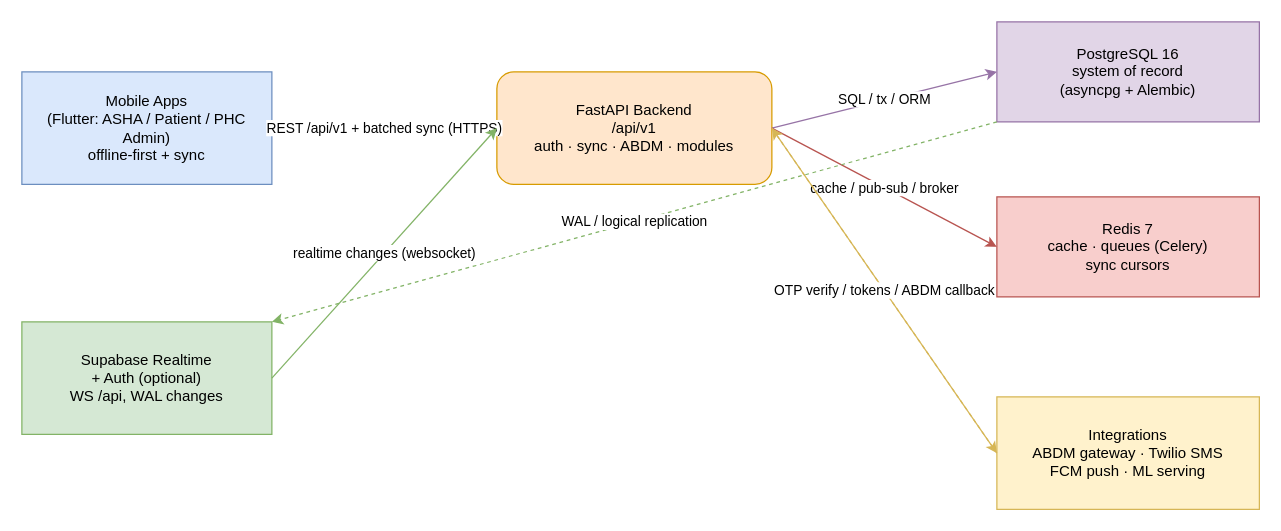
The draw.io diagram docs/architecture/data-flow.drawio in ShreyashBagade358/Asha-sathi, before the edit. Source tidied: cells renumbered, new cells numbered last; positions are measured from the earlier drawing's top-left corner, leaving out a move shared by most shapes. Both pictures are drawn from the tidied source at 125%, with x=0, y=0 at pixel (21, 21).
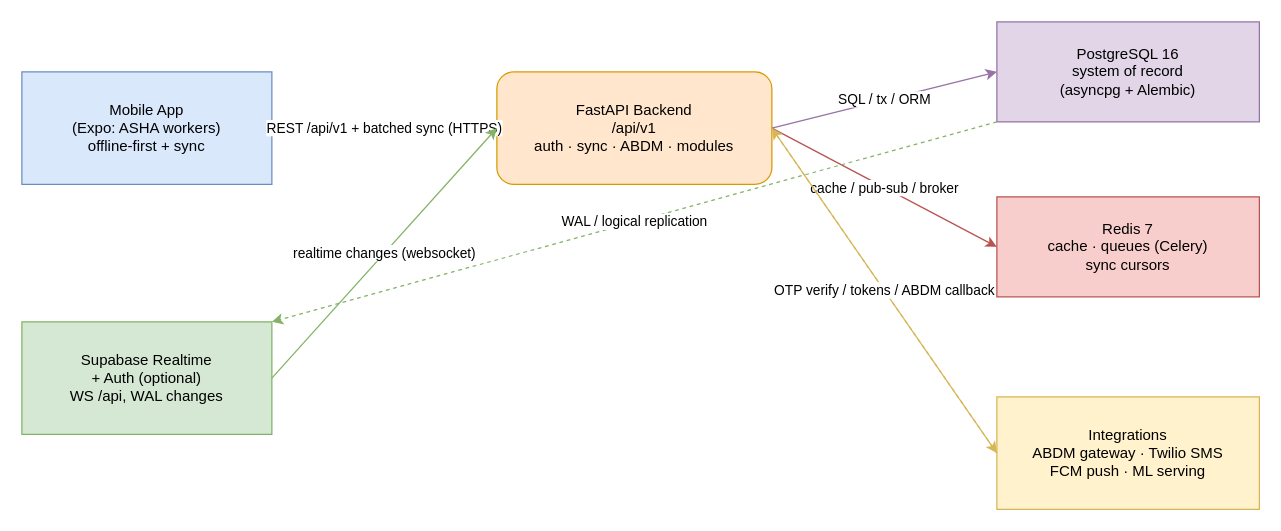
Above is the later version.

What changed in the source:
```diff
@@
 <mxGraphModel>
   <root>
     <mxCell id="0" />
     <mxCell id="1" parent="0" />
-    <mxCell id="2" value="Mobile Apps&#10;(Flutter: ASHA / Patient / PHC Admin)&#10;offline-first + sync" style="rounded=0;whiteSpace=wrap;html=1;fillColor=#dae8fc;strokeColor=#6c8ebf;fontSize=12;" parent="1" vertex="1">
+    <mxCell id="2" value="Mobile App&#10;(Expo: ASHA workers)&#10;offline-first + sync" style="rounded=0;whiteSpace=wrap;html=1;fillColor=#dae8fc;strokeColor=#6c8ebf;fontSize=12;" parent="1" vertex="1">
       <mxGeometry y="40" width="200" height="90" as="geometry" />
     </mxCell>
     <mxCell id="3" value="Supabase Realtime&#10;+ Auth (optional)&#10;WS /api, WAL changes" style="rounded=0;whiteSpace=wrap;html=1;fillColor=#d5e8d4;strokeColor=#82b366;fontSize=12;" parent="1" vertex="1">
       <mxGeometry y="240" width="200" height="90" as="geometry" />
     </mxCell>
     <mxCell id="4" value="FastAPI Backend&#10;/api/v1&#10;auth · sync · ABDM · modules" style="rounded=1;whiteSpace=wrap;html=1;fillColor=#ffe6cc;strokeColor=#d79b00;fontSize=12;" parent="1" vertex="1">
       <mxGeometry x="380" y="40" width="220" height="90" as="geometry" />
     </mxCell>
     <mxCell id="5" value="PostgreSQL 16&#10;system of record&#10;(asyncpg + Alembic)" style="rounded=0;whiteSpace=wrap;html=1;fillColor=#e1d5e7;strokeColor=#9673a6;fontSize=12;" parent="1" vertex="1">
       <mxGeometry x="780" width="210" height="80" as="geometry" />
     </mxCell>
     <mxCell id="6" value="Redis 7&#10;cache · queues (Celery)&#10;sync cursors" style="rounded=0;whiteSpace=wrap;html=1;fillColor=#f8cecc;strokeColor=#b85450;fontSize=12;" parent="1" vertex="1">
       <mxGeometry x="780" y="140" width="210" height="80" as="geometry" />
     </mxCell>
     <mxCell id="7" value="Integrations&#10;ABDM gateway · Twilio SMS&#10;FCM push · ML serving" style="rounded=0;whiteSpace=wrap;html=1;fillColor=#fff2cc;strokeColor=#d6b656;fontSize=12;" parent="1" vertex="1">
       <mxGeometry x="780" y="300" width="210" height="90" as="geometry" />
     </mxCell>
     <mxCell id="8" value="REST /api/v1 + batched sync (HTTPS)" style="endArrow=classic;html=1;rounded=0;strokeColor=#6c8ebf;exitX=1;exitY=0.5;exitDx=0;exitDy=0;entryX=0;entryY=0.5;entryDx=0;entryDy=0;" parent="1" edge="1" source="2" target="4">
       <mxGeometry relative="1" as="geometry" />
     </mxCell>
     <mxCell id="9" value="realtime changes (websocket)" style="endArrow=classic;html=1;rounded=0;strokeColor=#82b366;exitX=1;exitY=0.5;exitDx=0;exitDy=0;entryX=0;entryY=0.5;entryDx=0;entryDy=0;" parent="1" edge="1" source="3" target="4">
       <mxGeometry relative="1" as="geometry" />
     </mxCell>
     <mxCell id="10" value="SQL / tx / ORM" style="endArrow=classic;html=1;rounded=0;strokeColor=#9673a6;exitX=1;exitY=0.5;exitDx=0;exitDy=0;entryX=0;entryY=0.5;entryDx=0;entryDy=0;" parent="1" edge="1" source="4" target="5">
       <mxGeometry relative="1" as="geometry" />
     </mxCell>
     <mxCell id="11" value="cache / pub-sub / broker" style="endArrow=classic;html=1;rounded=0;strokeColor=#b85450;exitX=1;exitY=0.5;exitDx=0;exitDy=0;entryX=0;entryY=0.5;entryDx=0;entryDy=0;" parent="1" edge="1" source="4" target="6">
       <mxGeometry relative="1" as="geometry" />
     </mxCell>
     <mxCell id="12" value="ABDM / SMS / push / ML" style="endArrow=classic;html=1;rounded=0;strokeColor=#d6b656;exitX=1;exitY=0.5;exitDx=0;exitDy=0;entryX=0;entryY=0.5;entryDx=0;entryDy=0;" parent="1" edge="1" source="4" target="7">
       <mxGeometry relative="1" as="geometry" />
     </mxCell>
     <mxCell id="13" value="WAL / logical replication" style="endArrow=classic;html=1;dashed=1;rounded=0;strokeColor=#82b366;exitX=0;exitY=1;exitDx=0;exitDy=0;entryX=1;entryY=0;entryDx=0;entryDy=0;" parent="1" edge="1" source="5" target="3">
       <mxGeometry relative="1" as="geometry" />
     </mxCell>
     <mxCell id="14" value="OTP verify / tokens / ABDM callback" style="endArrow=classic;html=1;dashed=1;rounded=0;strokeColor=#d6b656;exitX=0;exitY=0.5;exitDx=0;exitDy=0;entryX=1;entryY=0.5;entryDx=0;entryDy=0;" parent="1" edge="1" source="7" target="4">
       <mxGeometry relative="1" as="geometry" />
     </mxCell>
   </root>
 </mxGraphModel>
```
